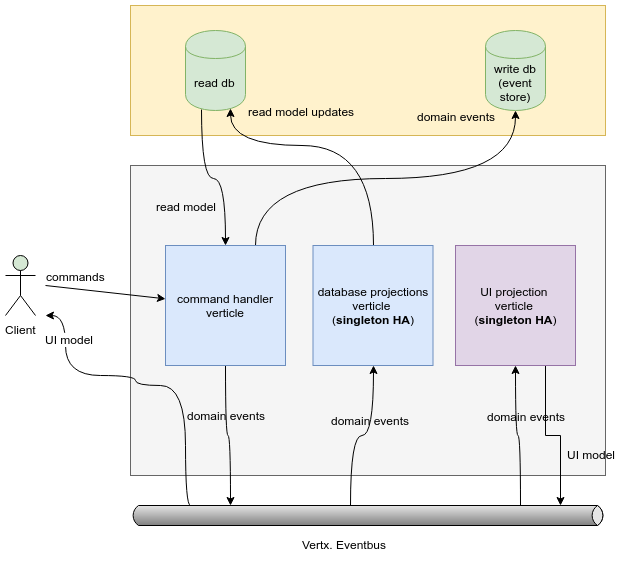
Earlier version of the draw.io export crabzilla-accts.png (crabzilla/accounts). Source tidied: cells renumbered, new cells last; positions are measured from the earlier drawing's top-left corner, leaving out a move shared by most shapes.
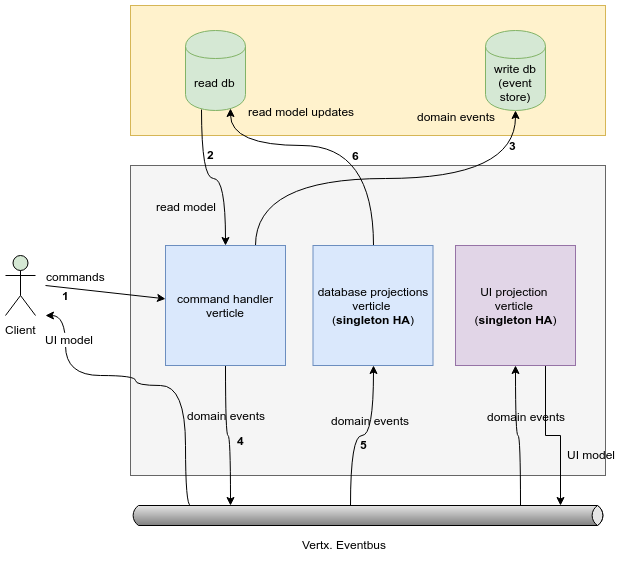
After the change.

Commit message:
diagram correction

Change to the diagram source:
```diff
@@ -83,6 +83,11 @@
         <mxPoint x="-2.5" y="-17.5" as="offset" />
       </mxGeometry>
     </mxCell>
+    <mxCell id="33" value="1" style="text;html=1;align=center;verticalAlign=middle;labelBackgroundColor=#ffffff;fontStyle=1;" parent="21" vertex="1">
+      <mxGeometry x="0.25" relative="1" as="geometry">
+        <mxPoint x="-54.5" y="1.5" as="offset" />
+      </mxGeometry>
+    </mxCell>
     <mxCell id="23" value="Client" style="shape=umlActor;verticalLabelPosition=bottom;labelBackgroundColor=#ffffff;verticalAlign=top;html=1;fillColor=#D5E8D4;" parent="1" vertex="1">
       <mxGeometry y="250" width="30" height="60" as="geometry" />
     </mxCell>
@@ -129,5 +134,20 @@
     <mxCell id="32" value="UI model" style="text;html=1;align=left;verticalAlign=top;spacingTop=-4;" parent="1" vertex="1">
       <mxGeometry x="560" y="440" width="60" height="20" as="geometry" />
     </mxCell>
+    <mxCell id="34" value="2" style="text;html=1;align=left;verticalAlign=top;spacingTop=-4;fontStyle=1;" parent="1" vertex="1">
+      <mxGeometry x="200" y="140" width="20" height="20" as="geometry" />
+    </mxCell>
+    <mxCell id="35" value="3" style="text;html=1;align=left;verticalAlign=top;spacingTop=-4;fontStyle=1;" parent="1" vertex="1">
+      <mxGeometry x="502" y="131" width="20" height="20" as="geometry" />
+    </mxCell>
+    <mxCell id="36" value="4" style="text;html=1;align=left;verticalAlign=top;spacingTop=-4;fontStyle=1;" parent="1" vertex="1">
+      <mxGeometry x="230" y="426" width="20" height="20" as="geometry" />
+    </mxCell>
+    <mxCell id="37" value="5" style="text;html=1;align=left;verticalAlign=top;spacingTop=-4;fontStyle=1;" parent="1" vertex="1">
+      <mxGeometry x="352.5" y="430" width="20" height="20" as="geometry" />
+    </mxCell>
+    <mxCell id="38" value="6" style="text;html=1;align=left;verticalAlign=top;spacingTop=-4;fontStyle=1;" parent="1" vertex="1">
+      <mxGeometry x="345" y="141" width="20" height="20" as="geometry" />
+    </mxCell>
   </root>
 </mxGraphModel>
```
